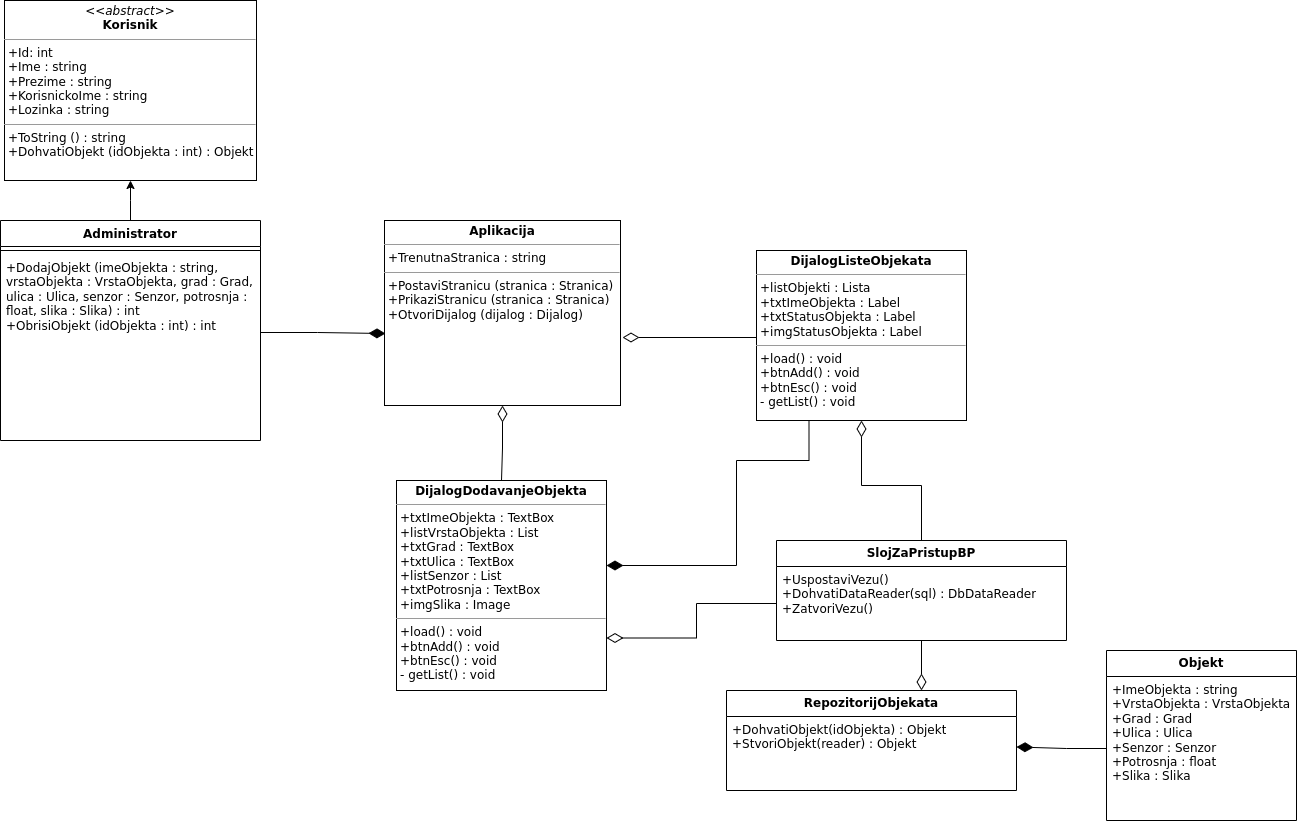
The draw.io diagram dodavanje_objekta_new.drawio.png in xunillen2/LiveEnergy, before a commit. Source tidied: cells renumbered, new cells last; positions are measured from the earlier drawing's top-left corner, leaving out a move shared by most shapes.
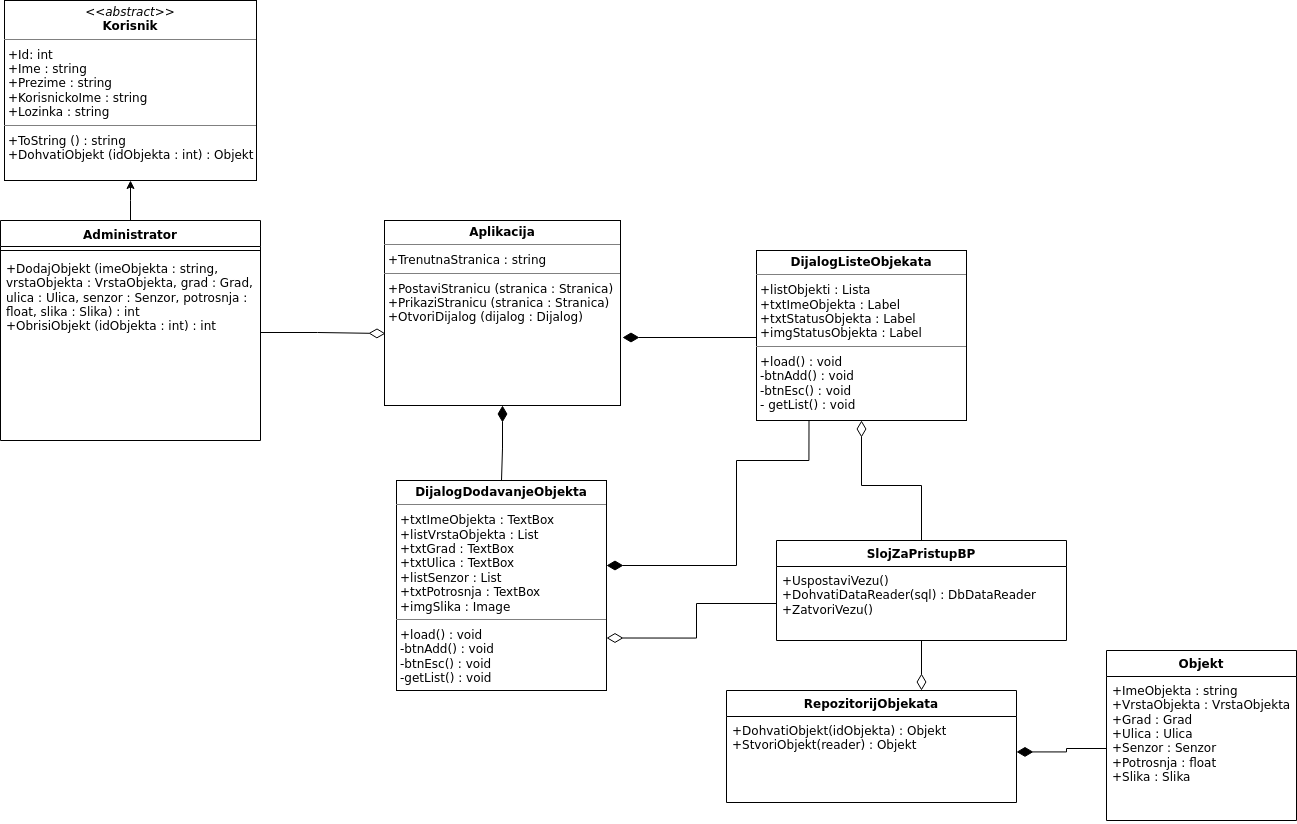
Above is the later version.

The edit, as a diff of the source:
```diff
@@ -22,30 +22,30 @@
     <mxCell id="6" value="+DodajObjekt (imeObjekta : string, vrstaObjekta : VrstaObjekta, grad : Grad, ulica : Ulica, senzor : Senzor, potrosnja : float, slika : Slika) : int&lt;br&gt;+ObrisiObjekt (idObjekta : int) : int" style="text;strokeColor=none;fillColor=none;align=left;verticalAlign=top;spacingLeft=4;spacingRight=4;overflow=hidden;whiteSpace=wrap;html=1;" parent="4" vertex="1">
       <mxGeometry y="34" width="260" height="186" as="geometry" />
     </mxCell>
-    <mxCell id="7" style="edgeStyle=orthogonalEdgeStyle;rounded=0;jettySize=auto;html=1;entryX=0.25;entryY=1;entryDx=0;entryDy=0;endArrow=none;endFill=0;endSize=14;startArrow=diamondThin;startFill=1;startSize=14;" parent="1" edge="1" source="8" target="20">
-      <mxGeometry relative="1" as="geometry">
-        <Array as="points">
-          <mxPoint x="736" y="565" />
-          <mxPoint x="736" y="460" />
-          <mxPoint x="809" y="460" />
-        </Array>
-      </mxGeometry>
-    </mxCell>
-    <mxCell id="8" value="&lt;p style=&quot;margin:0px;margin-top:4px;text-align:center;&quot;&gt;&lt;b&gt;DijalogDodavanjeObjekta&lt;/b&gt;&lt;/p&gt;&lt;hr size=&quot;1&quot;&gt;&lt;p style=&quot;margin:0px;margin-left:4px;&quot;&gt;+txtImeObjekta : TextBox&lt;br&gt;&lt;/p&gt;&lt;p style=&quot;margin:0px;margin-left:4px;&quot;&gt;+listVrstaObjekta : List&lt;/p&gt;&lt;p style=&quot;margin:0px;margin-left:4px;&quot;&gt;+txtGrad : TextBox&lt;/p&gt;&lt;p style=&quot;margin:0px;margin-left:4px;&quot;&gt;+txtUlica : TextBox&lt;/p&gt;&lt;p style=&quot;margin:0px;margin-left:4px;&quot;&gt;+listSenzor : List&lt;/p&gt;&lt;p style=&quot;margin:0px;margin-left:4px;&quot;&gt;+txtPotrosnja : TextBox&lt;/p&gt;&lt;p style=&quot;margin:0px;margin-left:4px;&quot;&gt;+imgSlika : Image&lt;/p&gt;&lt;hr size=&quot;1&quot;&gt;&lt;p style=&quot;margin:0px;margin-left:4px;&quot;&gt;+load() : void&lt;/p&gt;&lt;p style=&quot;margin:0px;margin-left:4px;&quot;&gt;+btnAdd() : void&lt;/p&gt;&lt;p style=&quot;margin:0px;margin-left:4px;&quot;&gt;+btnEsc() : void&lt;/p&gt;&lt;p style=&quot;margin:0px;margin-left:4px;&quot;&gt;- getList() : void&lt;/p&gt;" style="verticalAlign=top;align=left;overflow=fill;fontSize=12;fontFamily=Helvetica;html=1;whiteSpace=wrap;" parent="1" vertex="1">
-      <mxGeometry x="396" y="480" width="210" height="210" as="geometry" />
-    </mxCell>
-    <mxCell id="9" style="edgeStyle=orthogonalEdgeStyle;rounded=0;jettySize=auto;html=1;endArrow=none;endFill=0;startArrow=diamondThin;startFill=0;endSize=11;startSize=14;" parent="1" edge="1" source="22" target="8">
-      <mxGeometry relative="1" as="geometry" />
-    </mxCell>
+    <mxCell id="24" style="edgeStyle=orthogonalEdgeStyle;rounded=0;jettySize=auto;html=1;entryX=0.25;entryY=1;entryDx=0;entryDy=0;endArrow=none;endFill=0;endSize=14;startArrow=diamondThin;startFill=1;startSize=14;" parent="1" edge="1" source="25" target="29">
+      <mxGeometry relative="1" as="geometry">
+        <Array as="points">
+          <mxPoint x="736" y="565" />
+          <mxPoint x="736" y="460" />
+          <mxPoint x="809" y="460" />
+        </Array>
+      </mxGeometry>
+    </mxCell>
+    <mxCell id="25" value="&lt;p style=&quot;margin:0px;margin-top:4px;text-align:center;&quot;&gt;&lt;b&gt;DijalogDodavanjeObjekta&lt;/b&gt;&lt;/p&gt;&lt;hr size=&quot;1&quot;&gt;&lt;p style=&quot;margin:0px;margin-left:4px;&quot;&gt;+txtImeObjekta : TextBox&lt;br&gt;&lt;/p&gt;&lt;p style=&quot;margin:0px;margin-left:4px;&quot;&gt;+listVrstaObjekta : List&lt;/p&gt;&lt;p style=&quot;margin:0px;margin-left:4px;&quot;&gt;+txtGrad : TextBox&lt;/p&gt;&lt;p style=&quot;margin:0px;margin-left:4px;&quot;&gt;+txtUlica : TextBox&lt;/p&gt;&lt;p style=&quot;margin:0px;margin-left:4px;&quot;&gt;+listSenzor : List&lt;/p&gt;&lt;p style=&quot;margin:0px;margin-left:4px;&quot;&gt;+txtPotrosnja : TextBox&lt;/p&gt;&lt;p style=&quot;margin:0px;margin-left:4px;&quot;&gt;+imgSlika : Image&lt;/p&gt;&lt;hr size=&quot;1&quot;&gt;&lt;p style=&quot;margin:0px;margin-left:4px;&quot;&gt;+load() : void&lt;/p&gt;&lt;p style=&quot;margin:0px;margin-left:4px;&quot;&gt;-btnAdd() : void&lt;/p&gt;&lt;p style=&quot;margin:0px;margin-left:4px;&quot;&gt;-btnEsc() : void&lt;/p&gt;&lt;p style=&quot;margin:0px;margin-left:4px;&quot;&gt;-getList() : void&lt;/p&gt;" style="verticalAlign=top;align=left;overflow=fill;fontSize=12;fontFamily=Helvetica;html=1;whiteSpace=wrap;" parent="1" vertex="1">
+      <mxGeometry x="396" y="480" width="210" height="210" as="geometry" />
+    </mxCell>
+    <mxCell id="26" style="edgeStyle=orthogonalEdgeStyle;rounded=0;jettySize=auto;html=1;endArrow=none;endFill=0;startArrow=diamondThin;startFill=1;endSize=11;startSize=14;" parent="1" edge="1" source="22" target="25">
+      <mxGeometry relative="1" as="geometry" />
+    </mxCell>
     <mxCell id="10" value="&lt;b&gt;RepozitorijObjekata&lt;/b&gt;" style="swimlane;fontStyle=0;horizontal=1;startSize=26;fillColor=none;whiteSpace=wrap;html=1;" parent="1" vertex="1">
-      <mxGeometry x="726" y="690" width="290" height="100" as="geometry" />
+      <mxGeometry x="726" y="690" width="290" height="112" as="geometry" />
     </mxCell>
     <mxCell id="11" value="+DohvatiObjekt(idObjekta) : Objekt&lt;br&gt;+StvoriObjekt(reader) : Objekt" style="text;strokeColor=none;fillColor=none;align=left;verticalAlign=top;spacingLeft=4;spacingRight=4;overflow=hidden;points=[[0,0.5],[1,0.5]];portConstraint=eastwest;whiteSpace=wrap;html=1;" parent="10" vertex="1">
-      <mxGeometry y="26" width="290" height="74" as="geometry" />
+      <mxGeometry y="26" width="290" height="86" as="geometry" />
     </mxCell>
-    <mxCell id="12" style="edgeStyle=orthogonalEdgeStyle;rounded=0;jettySize=auto;html=1;endArrow=diamondThin;endFill=0;endSize=14;" parent="1" edge="1" source="13" target="20">
-      <mxGeometry relative="1" as="geometry" />
-    </mxCell>
+    <mxCell id="27" style="edgeStyle=orthogonalEdgeStyle;rounded=0;jettySize=auto;html=1;endArrow=diamondThin;endFill=0;endSize=14;" parent="1" edge="1" source="13" target="29">
+      <mxGeometry relative="1" as="geometry" />
+    </mxCell>
     <mxCell id="13" value="&lt;b&gt;SlojZaPristupBP&lt;/b&gt;" style="swimlane;fontStyle=0;horizontal=1;startSize=26;fillColor=none;whiteSpace=wrap;html=1;" parent="1" vertex="1">
       <mxGeometry x="776" y="540" width="290" height="100" as="geometry" />
     </mxCell>
@@ -69,25 +69,25 @@
     <mxCell id="18" style="edgeStyle=orthogonalEdgeStyle;rounded=0;jettySize=auto;html=1;entryX=1;entryY=0.412;entryDx=0;entryDy=0;entryPerimeter=0;endArrow=diamondThin;endFill=1;endSize=14;" parent="1" edge="1" source="17" target="11">
       <mxGeometry relative="1" as="geometry" />
     </mxCell>
-    <mxCell id="19" style="edgeStyle=orthogonalEdgeStyle;rounded=0;jettySize=auto;html=1;entryX=1;entryY=0.75;entryDx=0;entryDy=0;endArrow=diamondThin;endFill=0;endSize=14;" parent="1" edge="1" source="14" target="8">
-      <mxGeometry relative="1" as="geometry" />
-    </mxCell>
-    <mxCell id="20" value="&lt;p style=&quot;margin:0px;margin-top:4px;text-align:center;&quot;&gt;&lt;b&gt;DijalogListeObjekata&lt;/b&gt;&lt;/p&gt;&lt;hr size=&quot;1&quot;&gt;&lt;p style=&quot;margin:0px;margin-left:4px;&quot;&gt;+listObjekti : Lista&lt;br&gt;&lt;/p&gt;&lt;p style=&quot;margin:0px;margin-left:4px;&quot;&gt;+txtImeObjekta : Label&lt;/p&gt;&lt;p style=&quot;margin:0px;margin-left:4px;&quot;&gt;+txtStatusObjekta : Label&lt;/p&gt;&lt;p style=&quot;margin:0px;margin-left:4px;&quot;&gt;+imgStatusObjekta : Label&lt;/p&gt;&lt;hr size=&quot;1&quot;&gt;&lt;p style=&quot;margin:0px;margin-left:4px;&quot;&gt;+load() : void&lt;/p&gt;&lt;p style=&quot;margin:0px;margin-left:4px;&quot;&gt;+btnAdd() : void&lt;/p&gt;&lt;p style=&quot;margin:0px;margin-left:4px;&quot;&gt;+btnEsc() : void&lt;/p&gt;&lt;p style=&quot;margin:0px;margin-left:4px;&quot;&gt;- getList() : void&lt;/p&gt;" style="verticalAlign=top;align=left;overflow=fill;fontSize=12;fontFamily=Helvetica;html=1;whiteSpace=wrap;" parent="1" vertex="1">
-      <mxGeometry x="756" y="250" width="210" height="170" as="geometry" />
-    </mxCell>
-    <mxCell id="21" style="edgeStyle=orthogonalEdgeStyle;rounded=0;orthogonalLoop=1;jettySize=auto;html=1;endArrow=none;endFill=0;startArrow=diamondThin;startFill=0;endSize=8;startSize=14;" parent="1" edge="1">
-      <mxGeometry relative="1" as="geometry">
-        <mxPoint x="622" y="337" as="sourcePoint" />
-        <mxPoint x="756" y="337" as="targetPoint" />
-      </mxGeometry>
-    </mxCell>
+    <mxCell id="28" style="edgeStyle=orthogonalEdgeStyle;rounded=0;jettySize=auto;html=1;entryX=1;entryY=0.75;entryDx=0;entryDy=0;endArrow=diamondThin;endFill=0;endSize=14;" parent="1" edge="1" source="14" target="25">
+      <mxGeometry relative="1" as="geometry" />
+    </mxCell>
+    <mxCell id="29" value="&lt;p style=&quot;margin:0px;margin-top:4px;text-align:center;&quot;&gt;&lt;b&gt;DijalogListeObjekata&lt;/b&gt;&lt;/p&gt;&lt;hr size=&quot;1&quot;&gt;&lt;p style=&quot;margin:0px;margin-left:4px;&quot;&gt;+listObjekti : Lista&lt;br&gt;&lt;/p&gt;&lt;p style=&quot;margin:0px;margin-left:4px;&quot;&gt;+txtImeObjekta : Label&lt;/p&gt;&lt;p style=&quot;margin:0px;margin-left:4px;&quot;&gt;+txtStatusObjekta : Label&lt;/p&gt;&lt;p style=&quot;margin:0px;margin-left:4px;&quot;&gt;+imgStatusObjekta : Label&lt;/p&gt;&lt;hr size=&quot;1&quot;&gt;&lt;p style=&quot;margin:0px;margin-left:4px;&quot;&gt;+load() : void&lt;/p&gt;&lt;p style=&quot;margin:0px;margin-left:4px;&quot;&gt;-btnAdd() : void&lt;/p&gt;&lt;p style=&quot;margin:0px;margin-left:4px;&quot;&gt;-btnEsc() : void&lt;/p&gt;&lt;p style=&quot;margin:0px;margin-left:4px;&quot;&gt;- getList() : void&lt;/p&gt;" style="verticalAlign=top;align=left;overflow=fill;fontSize=12;fontFamily=Helvetica;html=1;whiteSpace=wrap;" parent="1" vertex="1">
+      <mxGeometry x="756" y="250" width="210" height="170" as="geometry" />
+    </mxCell>
+    <mxCell id="30" style="edgeStyle=orthogonalEdgeStyle;rounded=0;orthogonalLoop=1;jettySize=auto;html=1;endArrow=none;endFill=0;startArrow=diamondThin;startFill=1;endSize=8;startSize=14;" parent="1" edge="1">
+      <mxGeometry relative="1" as="geometry">
+        <mxPoint x="622" y="337" as="sourcePoint" />
+        <mxPoint x="756" y="337" as="targetPoint" />
+      </mxGeometry>
+    </mxCell>
     <mxCell id="22" value="&lt;p style=&quot;margin:0px;margin-top:4px;text-align:center;&quot;&gt;&lt;b&gt;Aplikacija&lt;/b&gt;&lt;/p&gt;&lt;hr size=&quot;1&quot;&gt;&lt;p style=&quot;margin:0px;margin-left:4px;&quot;&gt;+TrenutnaStranica : string&lt;/p&gt;&lt;hr size=&quot;1&quot;&gt;&lt;p style=&quot;margin:0px;margin-left:4px;&quot;&gt;+PostaviStranicu (stranica : Stranica)&lt;/p&gt;&lt;p style=&quot;margin:0px;margin-left:4px;&quot;&gt;+PrikaziStranicu (stranica : Stranica)&lt;/p&gt;&lt;p style=&quot;margin:0px;margin-left:4px;&quot;&gt;+OtvoriDijalog (dijalog : Dijalog)&lt;/p&gt;" style="verticalAlign=top;align=left;overflow=fill;fontSize=12;fontFamily=Helvetica;html=1;whiteSpace=wrap;" parent="1" vertex="1">
       <mxGeometry x="384" y="220" width="236" height="185" as="geometry" />
     </mxCell>
-    <mxCell id="23" style="edgeStyle=orthogonalEdgeStyle;rounded=0;jettySize=auto;html=1;entryX=0.004;entryY=0.611;entryDx=0;entryDy=0;entryPerimeter=0;endArrow=diamondThin;endFill=1;endSize=14;" parent="1" edge="1" target="22">
-      <mxGeometry relative="1" as="geometry">
-        <mxPoint x="260" y="332" as="sourcePoint" />
-      </mxGeometry>
-    </mxCell>
+    <mxCell id="31" style="edgeStyle=orthogonalEdgeStyle;rounded=0;jettySize=auto;html=1;entryX=0.004;entryY=0.611;entryDx=0;entryDy=0;entryPerimeter=0;endArrow=diamondThin;endFill=0;endSize=14;" parent="1" edge="1" target="22">
+      <mxGeometry relative="1" as="geometry">
+        <mxPoint x="260" y="332" as="sourcePoint" />
+      </mxGeometry>
+    </mxCell>
   </root>
 </mxGraphModel>
```
